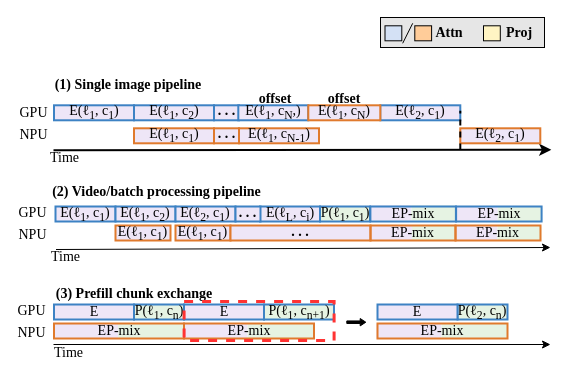
The draw.io diagram figures/design_imgpipe.drawio in icszhr/hermes, before the edit. Source tidied: cells renumbered, new cells numbered last; positions are measured from the earlier drawing's top-left corner, leaving out a move shared by most shapes. Both pictures are drawn from the tidied source at 100%, with x=0, y=0 at pixel (19, 17).
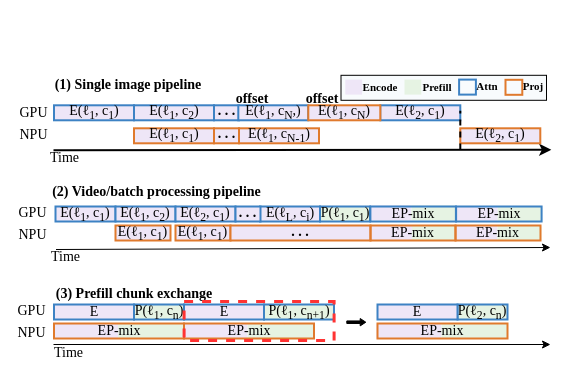
After the change.

Diff of the diagram source:
```diff
@@
-    <mxCell id="18" style="rounded=0;whiteSpace=wrap;html=1;fillColor=#E6E6E6;" parent="1" vertex="1">
-      <mxGeometry x="361" width="164" height="30" as="geometry" />
+    <mxCell id="18" style="rounded=0;whiteSpace=wrap;html=1;fillColor=light-dark(#f8fbfd, #272727);fontSize=11;" parent="1" vertex="1">
+      <mxGeometry x="321.5" y="57.8" width="205.5" height="25" as="geometry" />
     </mxCell>
@@
     <mxCell id="34" value="&lt;font face=&quot;Times New Roman&quot;&gt;offset&lt;/font&gt;" style="text;html=1;whiteSpace=wrap;strokeColor=none;fillColor=none;align=center;verticalAlign=middle;rounded=0;fontStyle=1;fontSize=14;" parent="1" vertex="1">
-      <mxGeometry x="243.5" y="74.8" width="24" height="13" as="geometry" />
+      <mxGeometry x="220.5" y="74.8" width="24" height="13" as="geometry" />
     </mxCell>
     <mxCell id="35" value="&lt;font face=&quot;Times New Roman&quot;&gt;offset&lt;/font&gt;" style="text;html=1;whiteSpace=wrap;strokeColor=none;fillColor=none;align=center;verticalAlign=middle;rounded=0;fontStyle=1;fontSize=14;" parent="1" vertex="1">
-      <mxGeometry x="312.8" y="74.8" width="24" height="13" as="geometry" />
+      <mxGeometry x="290.6" y="74.8" width="24" height="13" as="geometry" />
     </mxCell>
@@
-    <mxCell id="49" style="rounded=0;whiteSpace=wrap;html=1;fillColor=light-dark(#d4e1f5, #ededed);" parent="1" vertex="1">
-      <mxGeometry x="365.5" y="8.3" width="16.8" height="15" as="geometry" />
+    <mxCell id="49" style="rounded=0;whiteSpace=wrap;html=1;fillColor=light-dark(#eee6f7, #ededed);strokeColor=none;fontSize=11;" parent="1" vertex="1">
+      <mxGeometry x="325.8" y="62.1" width="16.8" height="15" as="geometry" />
     </mxCell>
-    <mxCell id="50" style="rounded=0;whiteSpace=wrap;html=1;fillColor=light-dark(#ffcc99, #ededed);" parent="1" vertex="1">
-      <mxGeometry x="395.3" y="8.3" width="16.8" height="15" as="geometry" />
+    <mxCell id="50" style="rounded=0;whiteSpace=wrap;html=1;fillColor=light-dark(#e6f3e3, #ededed);strokeColor=none;fontSize=11;" parent="1" vertex="1">
+      <mxGeometry x="385" y="62.1" width="16.8" height="15" as="geometry" />
     </mxCell>
-    <mxCell id="51" style="endArrow=none;html=1;rounded=0;" parent="1" edge="1">
-      <mxGeometry relative="1" as="geometry">
-        <mxPoint x="383.2" y="25.8" as="sourcePoint" />
-        <mxPoint x="393.2" y="5.8" as="targetPoint" />
-      </mxGeometry>
-    </mxCell>
-    <mxCell id="52" value="&lt;font face=&quot;Times New Roman&quot;&gt;Attn&lt;/font&gt;" style="text;html=1;whiteSpace=wrap;strokeColor=none;fillColor=none;align=center;verticalAlign=middle;rounded=0;fontStyle=1;fontSize=14;" parent="1" vertex="1">
-      <mxGeometry x="412" y="8.3" width="35.5" height="13" as="geometry" />
+    <mxCell id="52" value="&lt;font face=&quot;Times New Roman&quot;&gt;Encode&lt;/font&gt;" style="text;html=1;whiteSpace=wrap;strokeColor=none;fillColor=none;align=center;verticalAlign=middle;rounded=0;fontStyle=1;fontSize=11;" parent="1" vertex="1">
+      <mxGeometry x="342.5" y="63.8" width="35.5" height="13" as="geometry" />
     </mxCell>
-    <mxCell id="53" style="rounded=0;whiteSpace=wrap;html=1;fillColor=light-dark(#fff4c3, #ededed);" parent="1" vertex="1">
-      <mxGeometry x="464" y="8.3" width="16.8" height="15" as="geometry" />
+    <mxCell id="53" style="rounded=0;whiteSpace=wrap;html=1;fillColor=none;strokeColor=light-dark(#3d82c4, #ededed);strokeWidth=2;fontSize=11;" parent="1" vertex="1">
+      <mxGeometry x="439.6" y="62.1" width="16.8" height="15" as="geometry" />
     </mxCell>
-    <mxCell id="54" value="&lt;font face=&quot;Times New Roman&quot;&gt;Proj&lt;/font&gt;" style="text;html=1;whiteSpace=wrap;strokeColor=none;fillColor=none;align=center;verticalAlign=middle;rounded=0;fontStyle=1;fontSize=14;" parent="1" vertex="1">
-      <mxGeometry x="479.1" y="8.3" width="41.9" height="13" as="geometry" />
+    <mxCell id="54" value="&lt;font face=&quot;Times New Roman&quot;&gt;Attn&lt;/font&gt;" style="text;html=1;whiteSpace=wrap;strokeColor=none;fillColor=none;align=center;verticalAlign=middle;rounded=0;fontStyle=1;fontSize=11;" parent="1" vertex="1">
+      <mxGeometry x="447.4" y="62.3" width="41.9" height="13" as="geometry" />
     </mxCell>
@@
+    <mxCell id="77" value="&lt;font face=&quot;Times New Roman&quot;&gt;Prefill&lt;/font&gt;" style="text;html=1;whiteSpace=wrap;strokeColor=none;fillColor=none;align=center;verticalAlign=middle;rounded=0;fontStyle=1;fontSize=11;" parent="1" vertex="1">
+      <mxGeometry x="400" y="63.1" width="35.5" height="13" as="geometry" />
+    </mxCell>
+    <mxCell id="78" style="rounded=0;whiteSpace=wrap;html=1;fillColor=none;strokeColor=light-dark(#e07a2d, #ededed);strokeWidth=2;fontSize=11;" parent="1" vertex="1">
+      <mxGeometry x="486" y="62.3" width="16.8" height="15" as="geometry" />
+    </mxCell>
+    <mxCell id="79" value="&lt;font face=&quot;Times New Roman&quot;&gt;Proj&lt;/font&gt;" style="text;html=1;whiteSpace=wrap;strokeColor=none;fillColor=none;align=center;verticalAlign=middle;rounded=0;fontStyle=1;fontSize=11;" parent="1" vertex="1">
+      <mxGeometry x="492.8" y="62.3" width="41.9" height="13" as="geometry" />
+    </mxCell>
```
